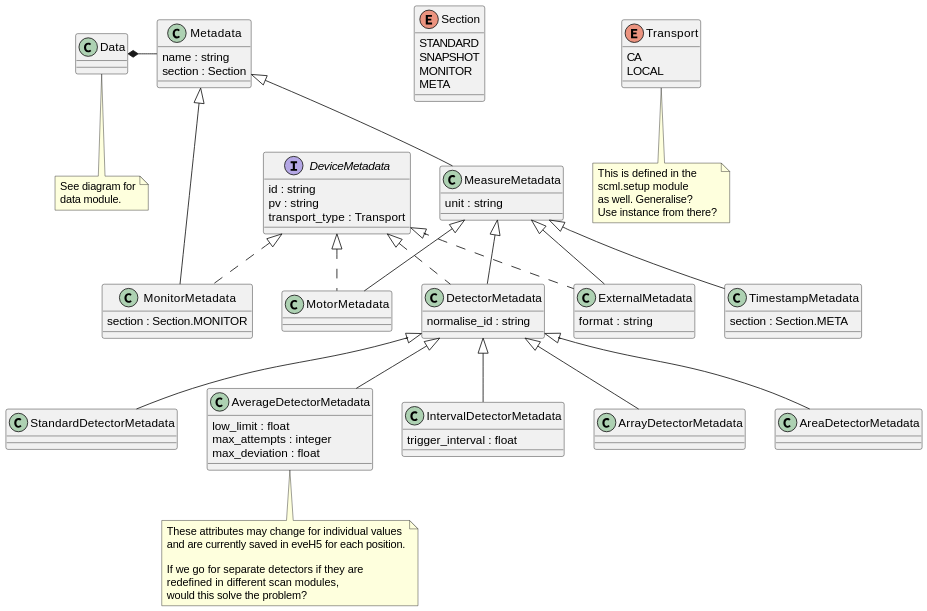
The PlantUML diagram docs/uml/evedata.evefile.metadata.svg in tillbiskup/evedata, before a commit.
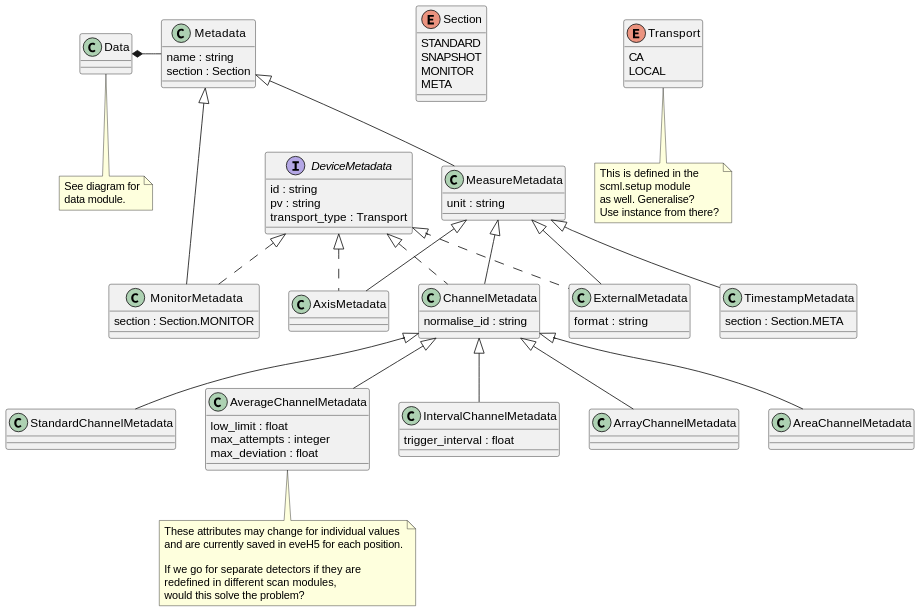
The same file after the commit.

Change to the diagram source:
```diff
@@ -35,10 +35,10 @@
     section : Section.MONITOR
 }
 
-class MotorMetadata extends MeasureMetadata implements DeviceMetadata  {
+class AxisMetadata extends MeasureMetadata implements DeviceMetadata  {
 }
 
-class DetectorMetadata extends MeasureMetadata implements DeviceMetadata  {
+class ChannelMetadata extends MeasureMetadata implements DeviceMetadata  {
     normalise_id : string
 }
 
@@ -50,9 +50,9 @@
     format : string
 }
 
-class StandardDetectorMetadata extends DetectorMetadata {}
+class StandardChannelMetadata extends ChannelMetadata {}
 
-class AverageDetectorMetadata extends DetectorMetadata {
+class AverageChannelMetadata extends ChannelMetadata {
     low_limit : float
     max_attempts : integer
     max_deviation : float
@@ -66,14 +66,14 @@
     would this solve the problem?
 end note
 
-class IntervalDetectorMetadata extends DetectorMetadata {
+class IntervalChannelMetadata extends ChannelMetadata {
     trigger_interval : float
 }
 
-class ArrayDetectorMetadata extends DetectorMetadata {
+class ArrayChannelMetadata extends ChannelMetadata {
 }
 
-class AreaDetectorMetadata extends DetectorMetadata {
+class AreaChannelMetadata extends ChannelMetadata {
 }
 
 Data *- Metadata
```
